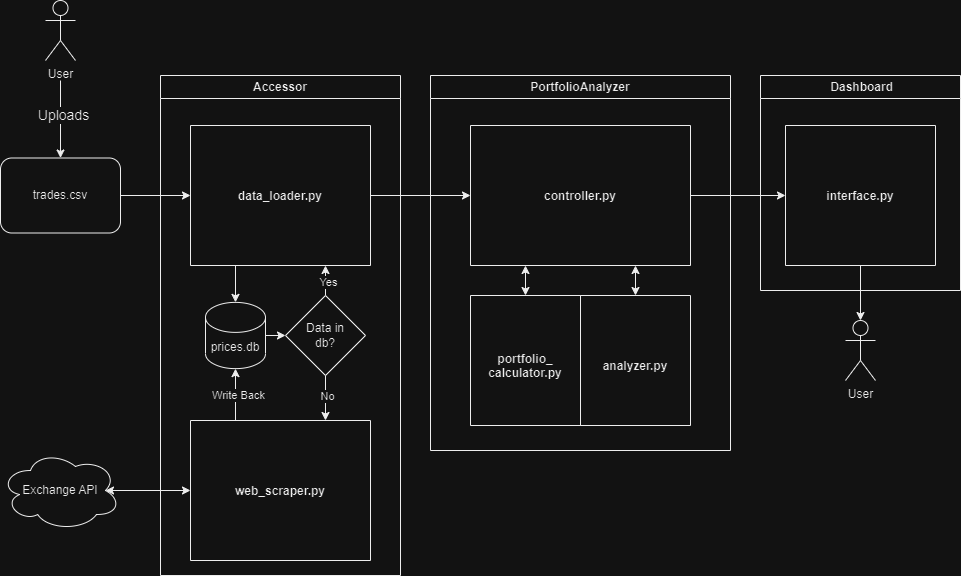
Above: imgs/StockPortfolioAnalyzer.drawio.png in Erik-Kelemen/Stock-Portfolio-Analyzer (draw.io), before the change. Source tidied: cells renumbered, new cells last; positions are measured from the earlier drawing's top-left corner, leaving out a move shared by most shapes.
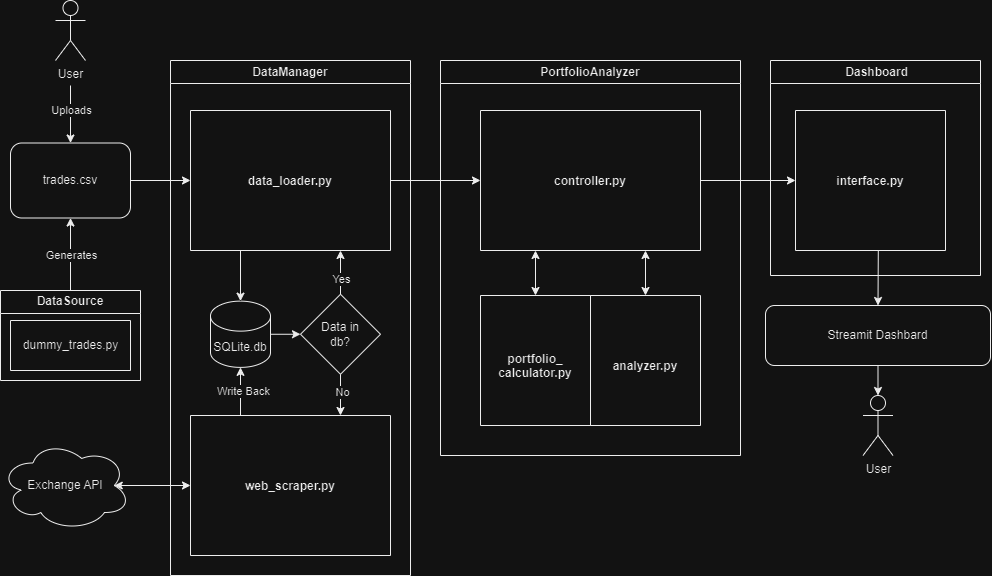
Above is the later version.

Change to the diagram source:
```diff
@@ -3,16 +3,16 @@
     <mxCell id="0" />
     <mxCell id="1" parent="0" />
     <mxCell id="2" value="PortfolioAnalyzer" style="swimlane;whiteSpace=wrap;html=1;startSize=23;" parent="1" vertex="1">
-      <mxGeometry x="430" y="75" width="300" height="375" as="geometry" />
+      <mxGeometry x="430" y="75" width="300" height="395" as="geometry" />
     </mxCell>
     <mxCell id="3" value="&#10;&#10;&#10;&#10;&#10;&#10;&#10;&#10;&#10;&#10;controller.py" style="swimlane;startSize=0;" parent="2" vertex="1">
       <mxGeometry x="40" y="50" width="220" height="140" as="geometry" />
     </mxCell>
     <mxCell id="4" value="&#10;&#10;&#10;&#10;&#10;&#10;&#10;&#10;&#10;&#10;analyzer.py" style="swimlane;startSize=0;" parent="2" vertex="1">
-      <mxGeometry x="150" y="220" width="110" height="130" as="geometry" />
+      <mxGeometry x="150" y="235" width="110" height="130" as="geometry" />
     </mxCell>
     <mxCell id="5" value="&#10;&#10;&#10;&#10;&#10;&#10;&#10;&#10;&#10;&#10;portfolio_&#10;calculator.py" style="swimlane;startSize=0;" parent="2" vertex="1">
-      <mxGeometry x="40" y="220" width="110" height="130" as="geometry" />
+      <mxGeometry x="40" y="235" width="110" height="130" as="geometry" />
     </mxCell>
     <mxCell id="6" style="endArrow=classic;startArrow=classic;html=1;rounded=0;entryX=0.25;entryY=1;entryDx=0;entryDy=0;exitX=0.5;exitY=0;exitDx=0;exitDy=0;" parent="2" edge="1" source="5" target="3">
       <mxGeometry relative="1" as="geometry" />
@@ -24,25 +24,22 @@
       <mxGeometry relative="1" as="geometry" />
     </mxCell>
     <mxCell id="9" value="User&lt;br&gt;" style="shape=umlActor;verticalLabelPosition=bottom;verticalAlign=top;html=1;outlineConnect=0;" parent="1" vertex="1">
-      <mxGeometry x="845" y="320" width="30" height="60" as="geometry" />
+      <mxGeometry x="852.5" y="410" width="30" height="60" as="geometry" />
     </mxCell>
-    <mxCell id="10" style="endArrow=classic;html=1;rounded=0;exitX=0.5;exitY=1;exitDx=0;exitDy=0;" parent="1" edge="1" source="32" target="9">
-      <mxGeometry relative="1" as="geometry" />
-    </mxCell>
-    <mxCell id="11" value="Accessor" style="swimlane;whiteSpace=wrap;html=1;" parent="1" vertex="1">
-      <mxGeometry x="160" y="75" width="240" height="500" as="geometry" />
+    <mxCell id="11" value="DataManager" style="swimlane;whiteSpace=wrap;html=1;" parent="1" vertex="1">
+      <mxGeometry x="160" y="75" width="240" height="515" as="geometry" />
     </mxCell>
     <mxCell id="12" value="&#10;&#10;&#10;&#10;&#10;&#10;&#10;&#10;&#10;&#10;web_scraper.py" style="swimlane;startSize=0;" parent="11" vertex="1">
-      <mxGeometry x="30" y="345" width="180" height="140" as="geometry" />
+      <mxGeometry x="20" y="355" width="200" height="140" as="geometry" />
     </mxCell>
     <mxCell id="13" value="&#10;&#10;&#10;&#10;&#10;&#10;&#10;&#10;&#10;&#10;data_loader.py" style="swimlane;startSize=0;" parent="11" vertex="1">
-      <mxGeometry x="30" y="50" width="180" height="140" as="geometry" />
+      <mxGeometry x="20" y="50" width="200" height="140" as="geometry" />
     </mxCell>
-    <mxCell id="14" value="prices.db" style="shape=cylinder3;whiteSpace=wrap;html=1;boundedLbl=1;backgroundOutline=1;size=15;" parent="11" vertex="1">
-      <mxGeometry x="45" y="226.9" width="60" height="66.2" as="geometry" />
+    <mxCell id="14" value="SQLite.db" style="shape=cylinder3;whiteSpace=wrap;html=1;boundedLbl=1;backgroundOutline=1;size=15;" parent="11" vertex="1">
+      <mxGeometry x="40" y="240.6" width="60" height="66.2" as="geometry" />
     </mxCell>
     <mxCell id="15" value="Data in &lt;br&gt;db?" style="rhombus;whiteSpace=wrap;html=1;" parent="11" vertex="1">
-      <mxGeometry x="125" y="220" width="80" height="80" as="geometry" />
+      <mxGeometry x="130" y="233.8" width="80" height="80" as="geometry" />
     </mxCell>
     <mxCell id="16" style="endArrow=classic;html=1;rounded=0;entryX=0.5;entryY=0;entryDx=0;entryDy=0;entryPerimeter=0;exitX=0.25;exitY=1;exitDx=0;exitDy=0;" parent="11" edge="1" source="13" target="14">
       <mxGeometry relative="1" as="geometry" />
@@ -54,7 +51,9 @@
       <mxGeometry relative="1" as="geometry" />
     </mxCell>
     <mxCell id="19" value="Yes" style="edgeLabel;html=1;align=center;verticalAlign=middle;" parent="18" vertex="1">
-      <mxGeometry x="-0.04" y="-2" relative="1" as="geometry" />
+      <mxGeometry x="-0.04" y="-2" relative="1" as="geometry">
+        <mxPoint x="-2" y="6" as="offset" />
+      </mxGeometry>
     </mxCell>
     <mxCell id="20" style="endArrow=classic;html=1;rounded=0;exitX=0.5;exitY=1;exitDx=0;exitDy=0;entryX=0.75;entryY=0;entryDx=0;entryDy=0;" parent="11" edge="1" source="15" target="12">
       <mxGeometry relative="1" as="geometry" />
@@ -68,22 +67,9 @@
     <mxCell id="23" value="Write Back" style="edgeLabel;html=1;align=center;verticalAlign=middle;" parent="22" vertex="1">
       <mxGeometry y="-2" relative="1" as="geometry" />
     </mxCell>
-    <mxCell id="24" value="User&lt;br&gt;" style="shape=umlActor;verticalLabelPosition=bottom;verticalAlign=top;html=1;" parent="1" vertex="1">
-      <mxGeometry x="45" width="30" height="60" as="geometry" />
-    </mxCell>
     <mxCell id="25" value="trades.csv" style="rounded=1;whiteSpace=wrap;html=1;" parent="1" vertex="1">
       <mxGeometry y="157.5" width="120" height="75" as="geometry" />
     </mxCell>
-    <mxCell id="26" style="endArrow=classic;html=1;rounded=0;" parent="1" edge="1" target="25">
-      <mxGeometry relative="1" as="geometry">
-        <mxPoint x="60" y="80" as="sourcePoint" />
-      </mxGeometry>
-    </mxCell>
-    <mxCell id="27" value="Uploads" style="edgeLabel;html=1;align=center;verticalAlign=middle;fontSize=14;" parent="26" vertex="1">
-      <mxGeometry x="-0.13" relative="1" as="geometry">
-        <mxPoint x="2" as="offset" />
-      </mxGeometry>
-    </mxCell>
     <mxCell id="28" style="endArrow=classic;html=1;rounded=0;exitX=1;exitY=0.5;exitDx=0;exitDy=0;entryX=0;entryY=0.5;entryDx=0;entryDy=0;" parent="1" edge="1" source="25" target="13">
       <mxGeometry relative="1" as="geometry" />
     </mxCell>
@@ -91,10 +77,10 @@
       <mxGeometry relative="1" as="geometry" />
     </mxCell>
     <mxCell id="30" value="Exchange API" style="ellipse;shape=cloud;whiteSpace=wrap;html=1;" parent="1" vertex="1">
-      <mxGeometry y="450" width="120" height="80" as="geometry" />
+      <mxGeometry x="-10" y="455" width="130" height="90" as="geometry" />
     </mxCell>
     <mxCell id="31" value="&amp;nbsp;Dashboard" style="swimlane;whiteSpace=wrap;html=1;" parent="1" vertex="1">
-      <mxGeometry x="760" y="75" width="200" height="215" as="geometry" />
+      <mxGeometry x="760" y="75" width="210" height="215" as="geometry" />
     </mxCell>
     <mxCell id="32" value="&#10;&#10;&#10;&#10;&#10;&#10;&#10;&#10;&#10;&#10;interface.py" style="swimlane;startSize=0;" parent="31" vertex="1">
       <mxGeometry x="25" y="50" width="150" height="140" as="geometry" />
@@ -102,5 +88,42 @@
     <mxCell id="33" style="endArrow=classic;html=1;rounded=0;exitX=1;exitY=0.5;exitDx=0;exitDy=0;" parent="1" edge="1" source="3" target="32">
       <mxGeometry relative="1" as="geometry" />
     </mxCell>
+    <mxCell id="34" value="Streamit Dashbard" style="rounded=1;whiteSpace=wrap;html=1;" parent="1" vertex="1">
+      <mxGeometry x="755" y="320" width="225" height="60" as="geometry" />
+    </mxCell>
+    <mxCell id="35" style="endArrow=classic;html=1;rounded=0;exitX=0.552;exitY=1.003;exitDx=0;exitDy=0;exitPerimeter=0;entryX=0.5;entryY=0;entryDx=0;entryDy=0;" parent="1" edge="1" source="32" target="34">
+      <mxGeometry relative="1" as="geometry" />
+    </mxCell>
+    <mxCell id="36" style="endArrow=classic;html=1;rounded=0;exitX=0.5;exitY=1;exitDx=0;exitDy=0;entryX=0.5;entryY=0;entryDx=0;entryDy=0;entryPerimeter=0;" parent="1" edge="1" source="34" target="9">
+      <mxGeometry relative="1" as="geometry" />
+    </mxCell>
+    <mxCell id="37" value="DataSource" style="swimlane;whiteSpace=wrap;html=1;" parent="1" vertex="1">
+      <mxGeometry x="-10" y="305" width="140" height="90" as="geometry" />
+    </mxCell>
+    <mxCell id="38" style="swimlane;startSize=0;" parent="37" vertex="1">
+      <mxGeometry x="10" y="30" width="120" height="50" as="geometry" />
+    </mxCell>
+    <mxCell id="39" value="dummy_trades.py" style="text;html=1;align=center;verticalAlign=middle;strokeColor=none;fillColor=none;" parent="38" vertex="1">
+      <mxGeometry y="10" width="120" height="30" as="geometry" />
+    </mxCell>
+    <mxCell id="40" style="endArrow=classic;html=1;rounded=0;exitX=0.5;exitY=0;exitDx=0;exitDy=0;entryX=0.5;entryY=1;entryDx=0;entryDy=0;" parent="1" edge="1" source="37" target="25">
+      <mxGeometry relative="1" as="geometry" />
+    </mxCell>
+    <mxCell id="41" value="Generates" style="edgeLabel;html=1;align=center;verticalAlign=middle;fontSize=11;" parent="40" vertex="1">
+      <mxGeometry x="0.2" relative="1" as="geometry">
+        <mxPoint y="8" as="offset" />
+      </mxGeometry>
+    </mxCell>
+    <mxCell id="42" style="endArrow=classic;html=1;rounded=0;entryX=0.5;entryY=0;entryDx=0;entryDy=0;" parent="1" edge="1" target="25">
+      <mxGeometry relative="1" as="geometry">
+        <mxPoint x="60" y="100" as="sourcePoint" />
+      </mxGeometry>
+    </mxCell>
+    <mxCell id="27" value="&lt;font style=&quot;font-size: 11px;&quot;&gt;Uploads&lt;/font&gt;" style="edgeLabel;html=1;align=center;verticalAlign=middle;fontSize=11;" parent="42" vertex="1">
+      <mxGeometry x="-0.13" relative="1" as="geometry" />
+    </mxCell>
+    <mxCell id="24" value="User&lt;br&gt;" style="shape=umlActor;verticalLabelPosition=bottom;verticalAlign=top;html=1;" parent="1" vertex="1">
+      <mxGeometry x="45" y="15" width="30" height="60" as="geometry" />
+    </mxCell>
   </root>
 </mxGraphModel>
```
